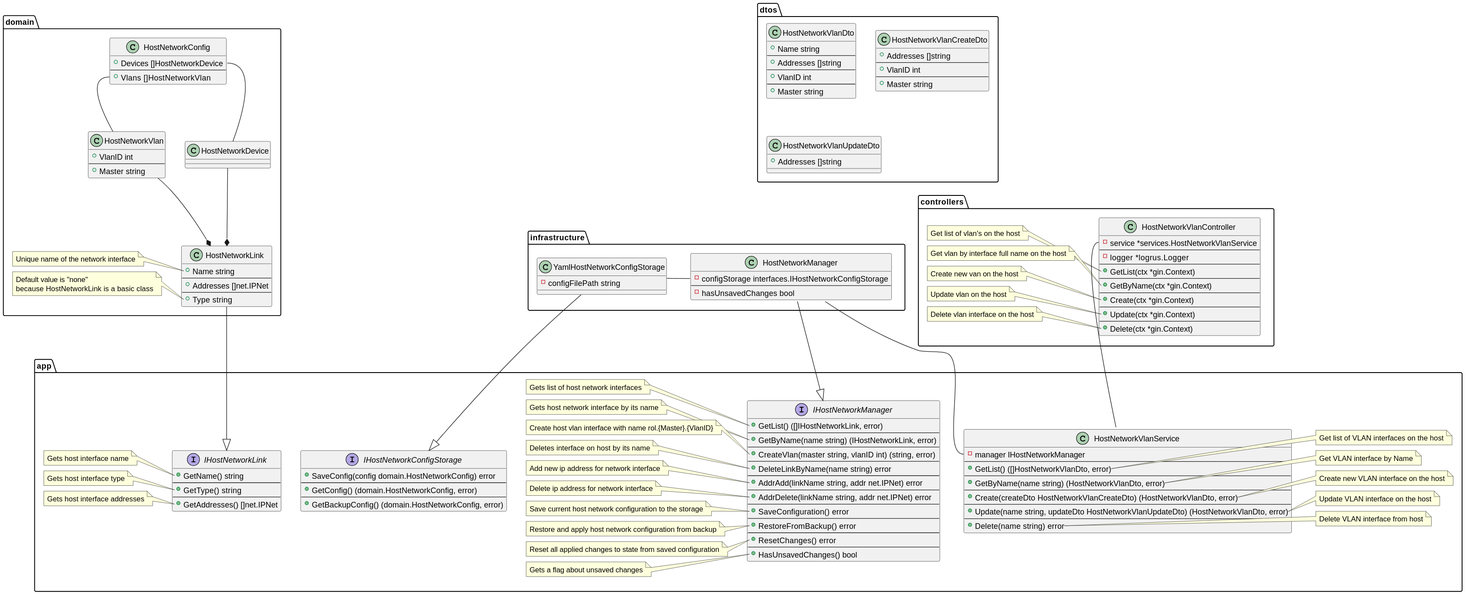
lf-edge/rol keeps this PlantUML diagram as docs/plantuml/controllers/HostNetworkVlanController.svg. Above is the earlier version.
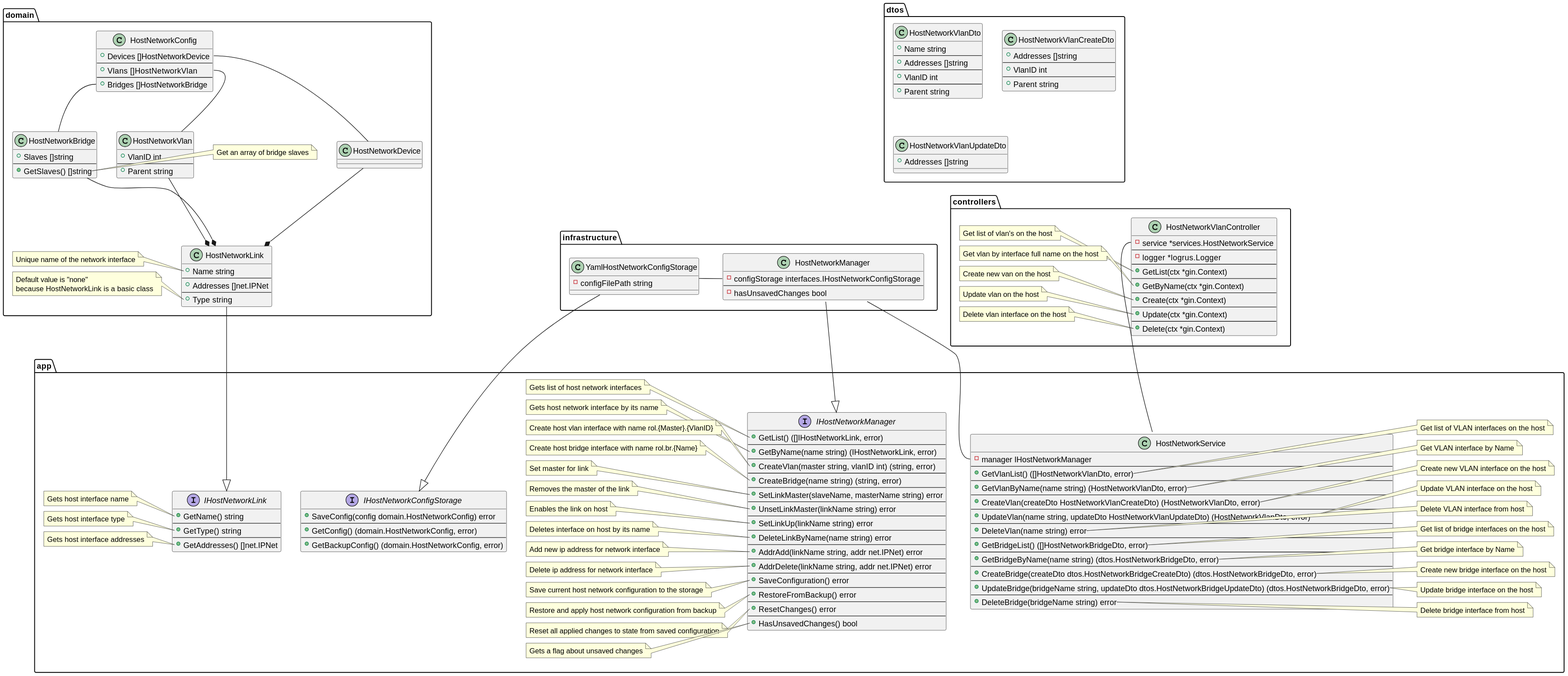
Above is the later version.

The edit, as a diff of the source:
```diff
@@ -1,10 +1,14 @@
 @startuml
 
-!include ../services/HostNetworkVlanService.puml
+!include ../services/HostNetworkService.puml
+remove HostNetworkBridgeDto
+remove HostNetworkBridgeUpdateDto
+remove HostNetworkBridgeCreateDto
+remove HostNetworkBridgeBaseDto
 
 package controllers {
     class HostNetworkVlanController {
-        -service *services.HostNetworkVlanService
+        -service *services.HostNetworkService
         --
         -logger  *logrus.Logger
         --
@@ -40,7 +44,7 @@
     end note
 
 
-    HostNetworkVlanService -up- HostNetworkVlanController::service
+    HostNetworkService -up- HostNetworkVlanController::service
 }
 
 @enduml
```
